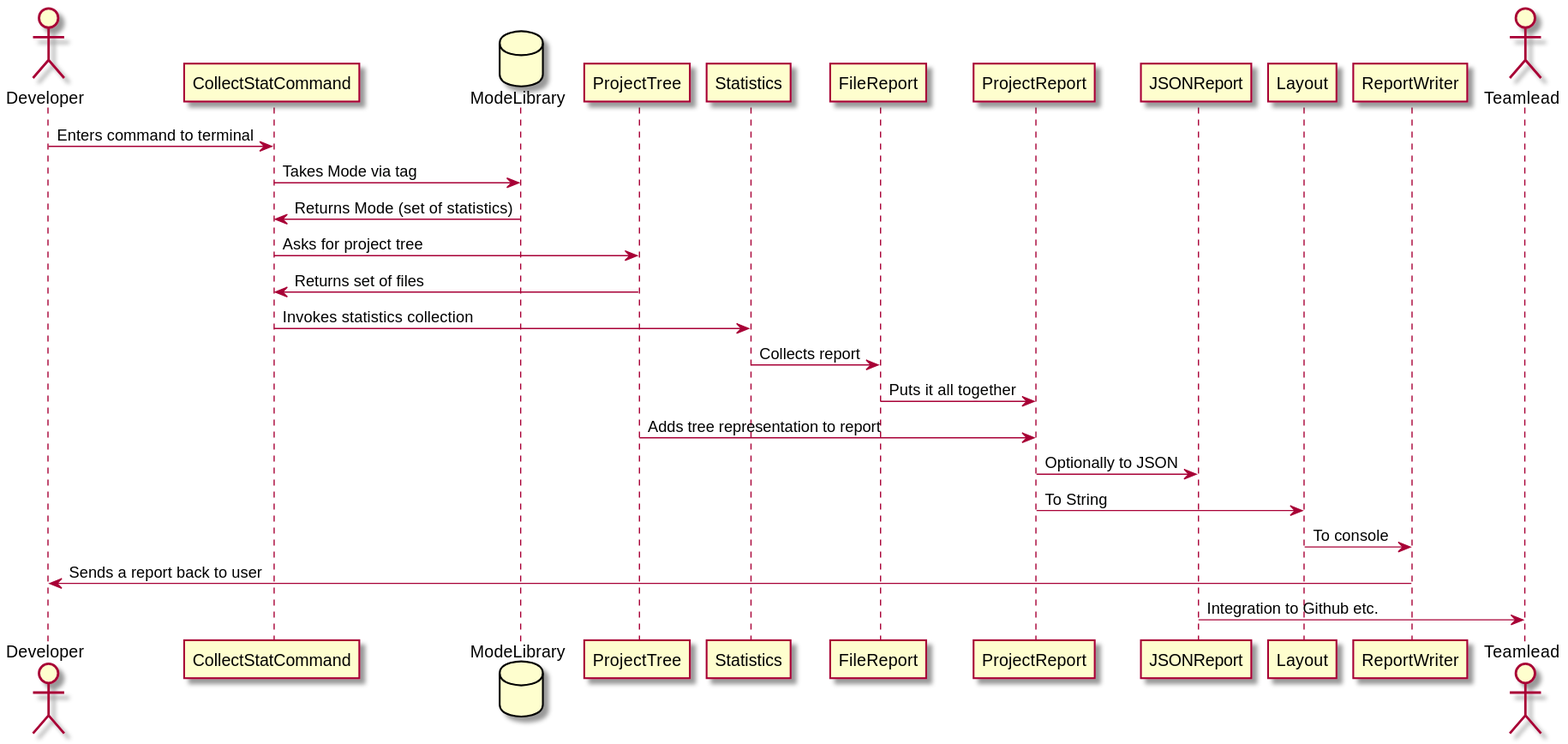
Earlier version of the PlantUML export dynamicUML.svg (vetand/code-statistics).
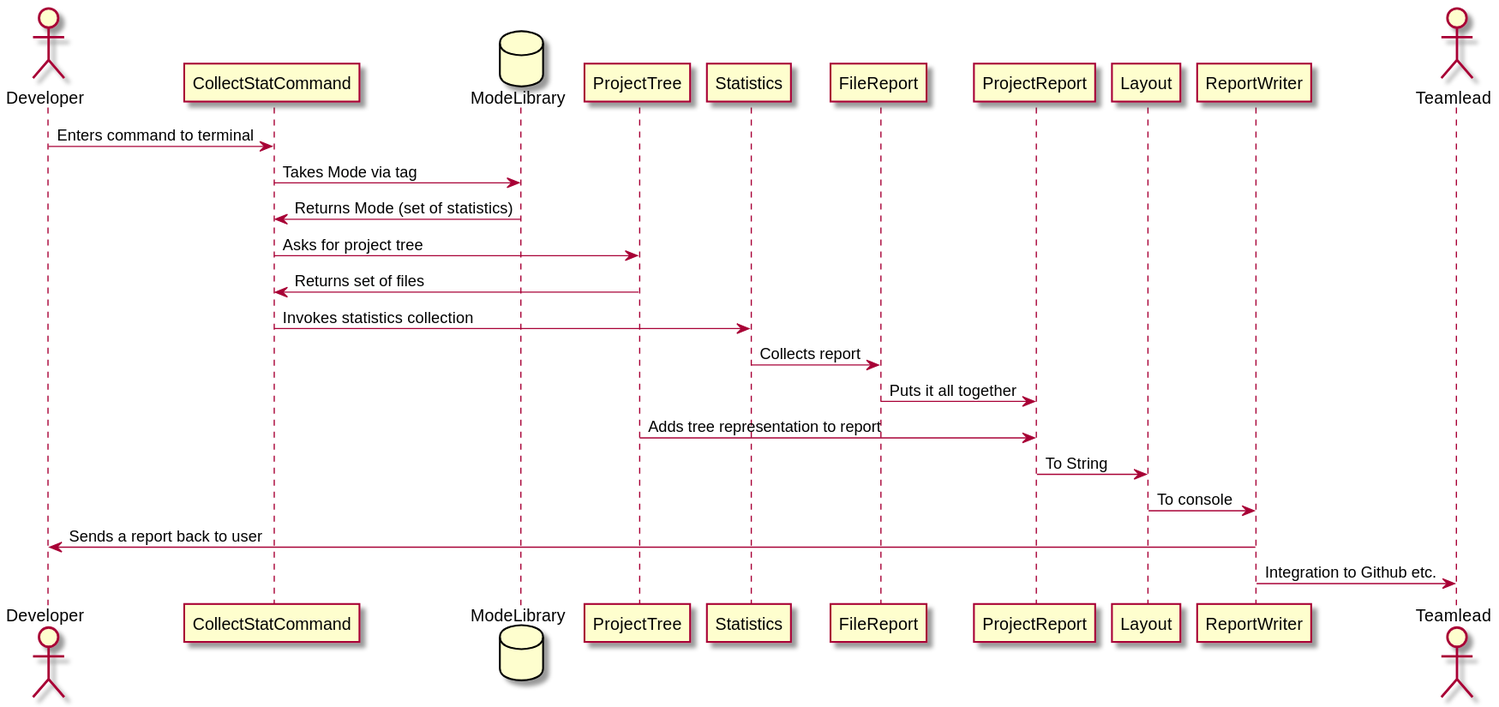
After the change.

Diff of the diagram source:
```diff
@@ -17,8 +17,6 @@
 
 ProjectTree -> ProjectReport : Adds tree representation to report
 
-ProjectReport -> JSONReport : Optionally to JSON
-
 ProjectReport -> Layout : To String
 
 Layout -> ReportWriter : To console
@@ -27,6 +25,6 @@
 
 actor Teamlead
 
-JSONReport -> Teamlead : Integration to Github etc.
+ReportWriter -> Teamlead : Integration to Github etc.
 
 @enduml
```
